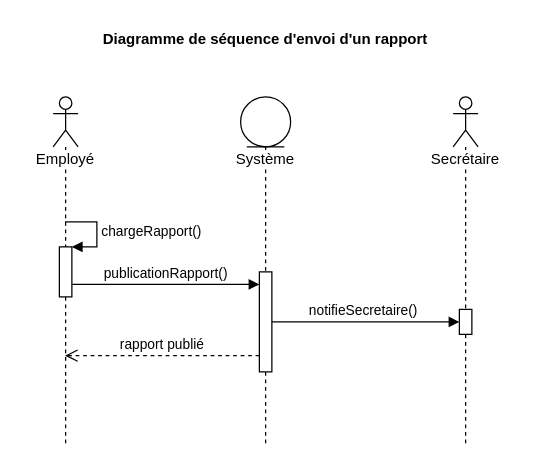
Earlier version of the draw.io diagram Diagrammes/03 - Séquences/Envoie rapport/03 - Séquences - Envoi rapport.drawio (Neilerua13/tp-analyse-uml). Source tidied: cells renumbered, new cells numbered last; positions are measured from the earlier drawing's top-left corner, leaving out a move shared by most shapes. Both pictures are drawn from the tidied source at 125%, with x=0, y=0 at pixel (52, 21).
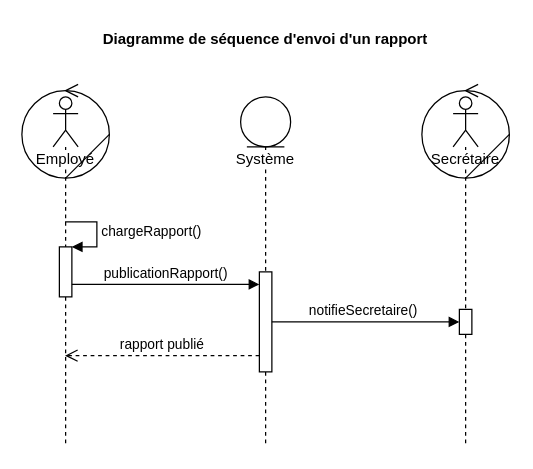
The same diagram, later.

Commit message (it also covers changes not shown here):
Refonte diagramme séquence avec formalisme

Change to the diagram source:
```diff
@@
+    <mxCell id="13" style="ellipse;whiteSpace=wrap;html=1;fillColor=none;" parent="1" vertex="1">
+      <mxGeometry x="-25" y="55" width="70" height="70" as="geometry" />
+    </mxCell>
+    <mxCell id="14" style="endArrow=none;html=1;entryX=1;entryY=0.5;entryDx=0;entryDy=0;exitX=0.5;exitY=1;exitDx=0;exitDy=0;" parent="1" edge="1" source="13" target="13">
+      <mxGeometry relative="1" as="geometry" />
+    </mxCell>
+    <mxCell id="15" style="endArrow=none;html=1;exitX=0.5;exitY=0;exitDx=0;exitDy=0;" parent="1" edge="1" source="13">
+      <mxGeometry relative="1" as="geometry">
+        <mxPoint x="20" y="50" as="targetPoint" />
+      </mxGeometry>
+    </mxCell>
+    <mxCell id="16" style="endArrow=none;html=1;entryX=0.5;entryY=0;entryDx=0;entryDy=0;" parent="1" edge="1" target="13">
+      <mxGeometry relative="1" as="geometry">
+        <mxPoint x="20" y="60" as="sourcePoint" />
+      </mxGeometry>
+    </mxCell>
+    <mxCell id="17" style="ellipse;whiteSpace=wrap;html=1;fillColor=none;" parent="1" vertex="1">
+      <mxGeometry x="295" y="55" width="70" height="70" as="geometry" />
+    </mxCell>
+    <mxCell id="18" style="endArrow=none;html=1;entryX=1;entryY=0.5;entryDx=0;entryDy=0;exitX=0.5;exitY=1;exitDx=0;exitDy=0;" parent="1" edge="1" source="17" target="17">
+      <mxGeometry relative="1" as="geometry" />
+    </mxCell>
+    <mxCell id="19" style="endArrow=none;html=1;exitX=0.5;exitY=0;exitDx=0;exitDy=0;" parent="1" edge="1" source="17">
+      <mxGeometry relative="1" as="geometry">
+        <mxPoint x="340" y="50" as="targetPoint" />
+      </mxGeometry>
+    </mxCell>
+    <mxCell id="20" style="endArrow=none;html=1;entryX=0.5;entryY=0;entryDx=0;entryDy=0;" parent="1" edge="1" target="17">
+      <mxGeometry relative="1" as="geometry">
+        <mxPoint x="340" y="60" as="sourcePoint" />
+      </mxGeometry>
+    </mxCell>
```
